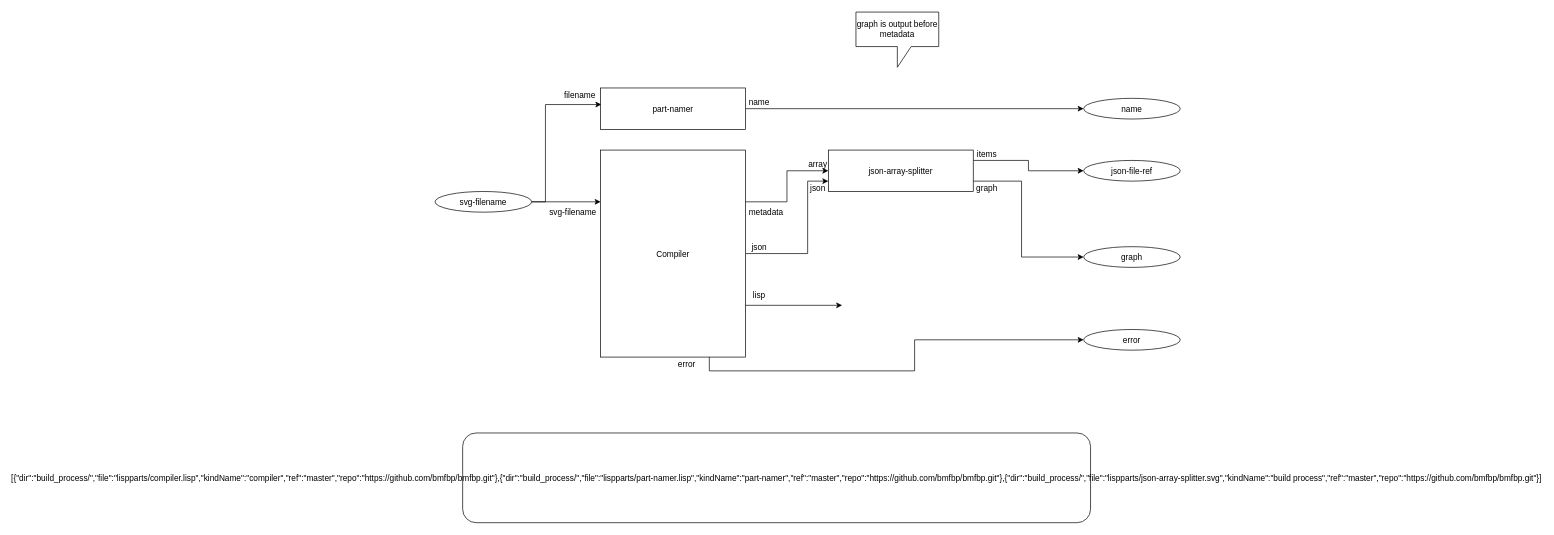
Above: page "3. compile-single-diagram" (4 of 5) of build_process/cl-build/build.drawio in bmfbp/bmfbp (draw.io), before the change. Source tidied: cells renumbered, new cells numbered last; positions are measured from the earlier drawing's top-left corner, leaving out a move shared by most shapes. Both pictures are drawn from the tidied source at 69%, with x=0, y=0 at pixel (435, 12).
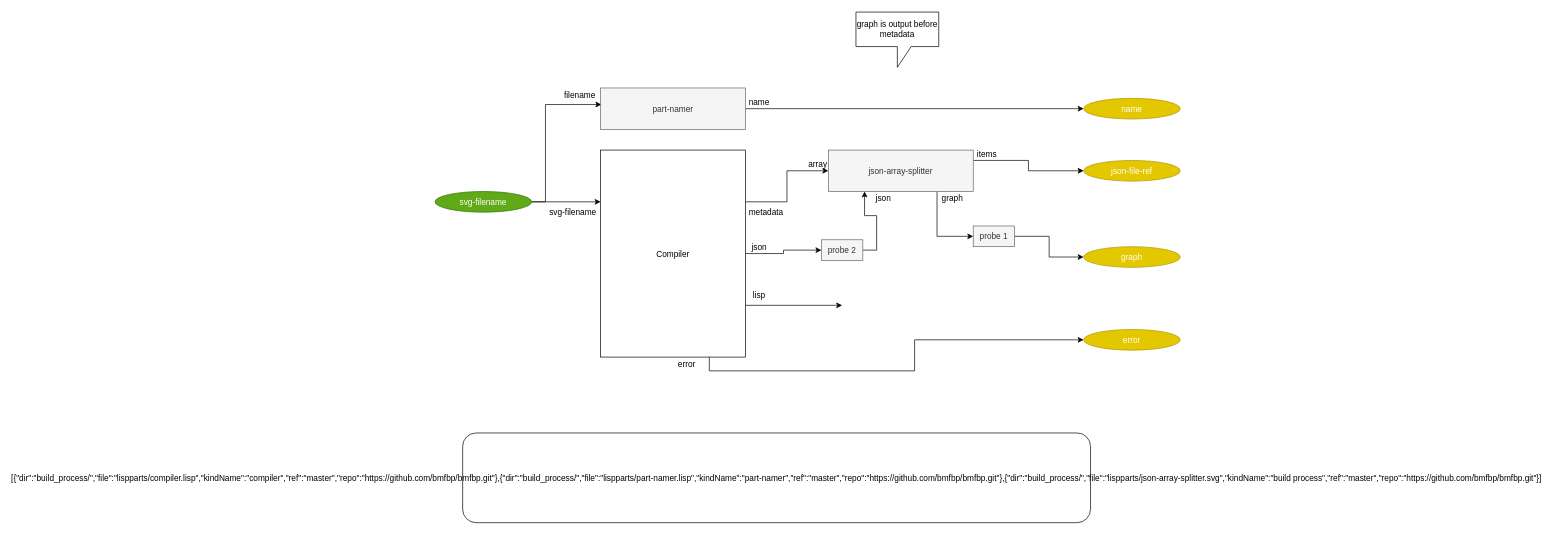
Above is the later version.

Unchanged cells that the change refers to:
```xml
<mxCell id="6" value="Compiler" style="rounded=0;" parent="1" vertex="1">
  <mxGeometry x="240" y="200" width="210" height="300" as="geometry" />
</mxCell>
```

Diff of the diagram source:
```diff
@@
-    <mxCell id="5" style="edgeStyle=orthogonalEdgeStyle;rounded=0;jettySize=auto;html=1;exitX=1;exitY=0.5;exitDx=0;exitDy=0;entryX=0;entryY=0.75;entryDx=0;entryDy=0;" parent="1" edge="1" source="6" target="15">
-      <mxGeometry relative="1" as="geometry">
-        <Array as="points">
-          <mxPoint x="540" y="350" />
-          <mxPoint x="540" y="245" />
-        </Array>
-      </mxGeometry>
-    </mxCell>
+    <mxCell id="32" style="edgeStyle=orthogonalEdgeStyle;rounded=0;jettySize=auto;html=1;exitX=1;exitY=0.5;exitDx=0;exitDy=0;entryX=0;entryY=0.5;entryDx=0;entryDy=0;" parent="1" edge="1" source="6" target="35">
+      <mxGeometry relative="1" as="geometry" />
+    </mxCell>
@@
-    <mxCell id="9" value="svg-filename" style="ellipse;" parent="1" vertex="1">
+    <mxCell id="9" value="svg-filename" style="ellipse;fillColor=#60a917;strokeColor=#2D7600;fontColor=#ffffff;" parent="1" vertex="1">
       <mxGeometry y="260" width="140" height="30" as="geometry" />
     </mxCell>
@@
-    <mxCell id="11" value="part-namer" style="rounded=0;align=center;" parent="1" vertex="1">
+    <mxCell id="11" value="part-namer" style="rounded=0;align=center;fillColor=#f5f5f5;strokeColor=#666666;fontColor=#333333;" parent="1" vertex="1">
       <mxGeometry x="240" y="110" width="210" height="60" as="geometry" />
     </mxCell>
-    <mxCell id="12" value="name" style="ellipse;" parent="1" vertex="1">
+    <mxCell id="12" value="name" style="ellipse;fillColor=#e3c800;strokeColor=#B09500;fontColor=#ffffff;" parent="1" vertex="1">
       <mxGeometry x="940" y="125" width="140" height="30" as="geometry" />
     </mxCell>
@@
-    <mxCell id="14" style="edgeStyle=orthogonalEdgeStyle;rounded=0;jettySize=auto;html=1;exitX=1;exitY=0.75;exitDx=0;exitDy=0;entryX=0;entryY=0.5;entryDx=0;entryDy=0;" parent="1" edge="1" source="15" target="17">
-      <mxGeometry relative="1" as="geometry">
-        <Array as="points">
-          <mxPoint x="850" y="245" />
-          <mxPoint x="850" y="355" />
-        </Array>
-      </mxGeometry>
-    </mxCell>
+    <mxCell id="33" style="edgeStyle=orthogonalEdgeStyle;rounded=0;jettySize=auto;html=1;exitX=0.75;exitY=1;exitDx=0;exitDy=0;entryX=0;entryY=0.5;entryDx=0;entryDy=0;" parent="1" edge="1" source="15" target="37">
+      <mxGeometry relative="1" as="geometry" />
+    </mxCell>
-    <mxCell id="15" value="json-array-splitter" style="rounded=0;align=center;" parent="1" vertex="1">
+    <mxCell id="15" value="json-array-splitter" style="rounded=0;align=center;fillColor=#f5f5f5;strokeColor=#666666;fontColor=#333333;" parent="1" vertex="1">
       <mxGeometry x="570" y="200" width="210" height="60" as="geometry" />
     </mxCell>
-    <mxCell id="16" value="json-file-ref" style="ellipse;" parent="1" vertex="1">
+    <mxCell id="16" value="json-file-ref" style="ellipse;fillColor=#e3c800;strokeColor=#B09500;fontColor=#ffffff;" parent="1" vertex="1">
       <mxGeometry x="940" y="215" width="140" height="30" as="geometry" />
     </mxCell>
-    <mxCell id="17" value="graph" style="ellipse;" parent="1" vertex="1">
+    <mxCell id="17" value="graph" style="ellipse;fillColor=#e3c800;strokeColor=#B09500;fontColor=#ffffff;" parent="1" vertex="1">
       <mxGeometry x="940" y="340" width="140" height="30" as="geometry" />
     </mxCell>
-    <mxCell id="18" value="error" style="ellipse;" parent="1" vertex="1">
+    <mxCell id="18" value="error" style="ellipse;fillColor=#e3c800;strokeColor=#B09500;fontColor=#ffffff;" parent="1" vertex="1">
       <mxGeometry x="940" y="460" width="140" height="30" as="geometry" />
     </mxCell>
@@
     <mxCell id="28" value="json" style="text;strokeColor=none;fillColor=none;align=center;verticalAlign=middle;rounded=0;" parent="1" vertex="1">
-      <mxGeometry x="535" y="245" width="40" height="20" as="geometry" />
+      <mxGeometry x="630" y="260" width="40" height="20" as="geometry" />
     </mxCell>
+    <mxCell id="34" style="edgeStyle=orthogonalEdgeStyle;rounded=0;jettySize=auto;html=1;exitX=1;exitY=0.5;exitDx=0;exitDy=0;entryX=0.25;entryY=1;entryDx=0;entryDy=0;" parent="1" edge="1" source="35" target="15">
+      <mxGeometry relative="1" as="geometry" />
+    </mxCell>
+    <mxCell id="35" value="probe 2" style="rounded=0;whiteSpace=wrap;html=1;fillColor=#f5f5f5;strokeColor=#666666;fontColor=#333333;" parent="1" vertex="1">
+      <mxGeometry x="560" y="330" width="60" height="30" as="geometry" />
+    </mxCell>
     <mxCell id="29" value="graph" style="text;strokeColor=none;fillColor=none;align=center;verticalAlign=middle;rounded=0;" parent="1" vertex="1">
-      <mxGeometry x="780" y="245" width="40" height="20" as="geometry" />
+      <mxGeometry x="730" y="260" width="40" height="20" as="geometry" />
     </mxCell>
@@
+    <mxCell id="36" style="edgeStyle=orthogonalEdgeStyle;rounded=0;jettySize=auto;html=1;exitX=1;exitY=0.5;exitDx=0;exitDy=0;entryX=0;entryY=0.5;entryDx=0;entryDy=0;" parent="1" edge="1" source="37" target="17">
+      <mxGeometry relative="1" as="geometry" />
+    </mxCell>
+    <mxCell id="37" value="probe 1" style="rounded=0;whiteSpace=wrap;html=1;fillColor=#f5f5f5;strokeColor=#666666;fontColor=#333333;" parent="1" vertex="1">
+      <mxGeometry x="780" y="310" width="60" height="30" as="geometry" />
+    </mxCell>
```
